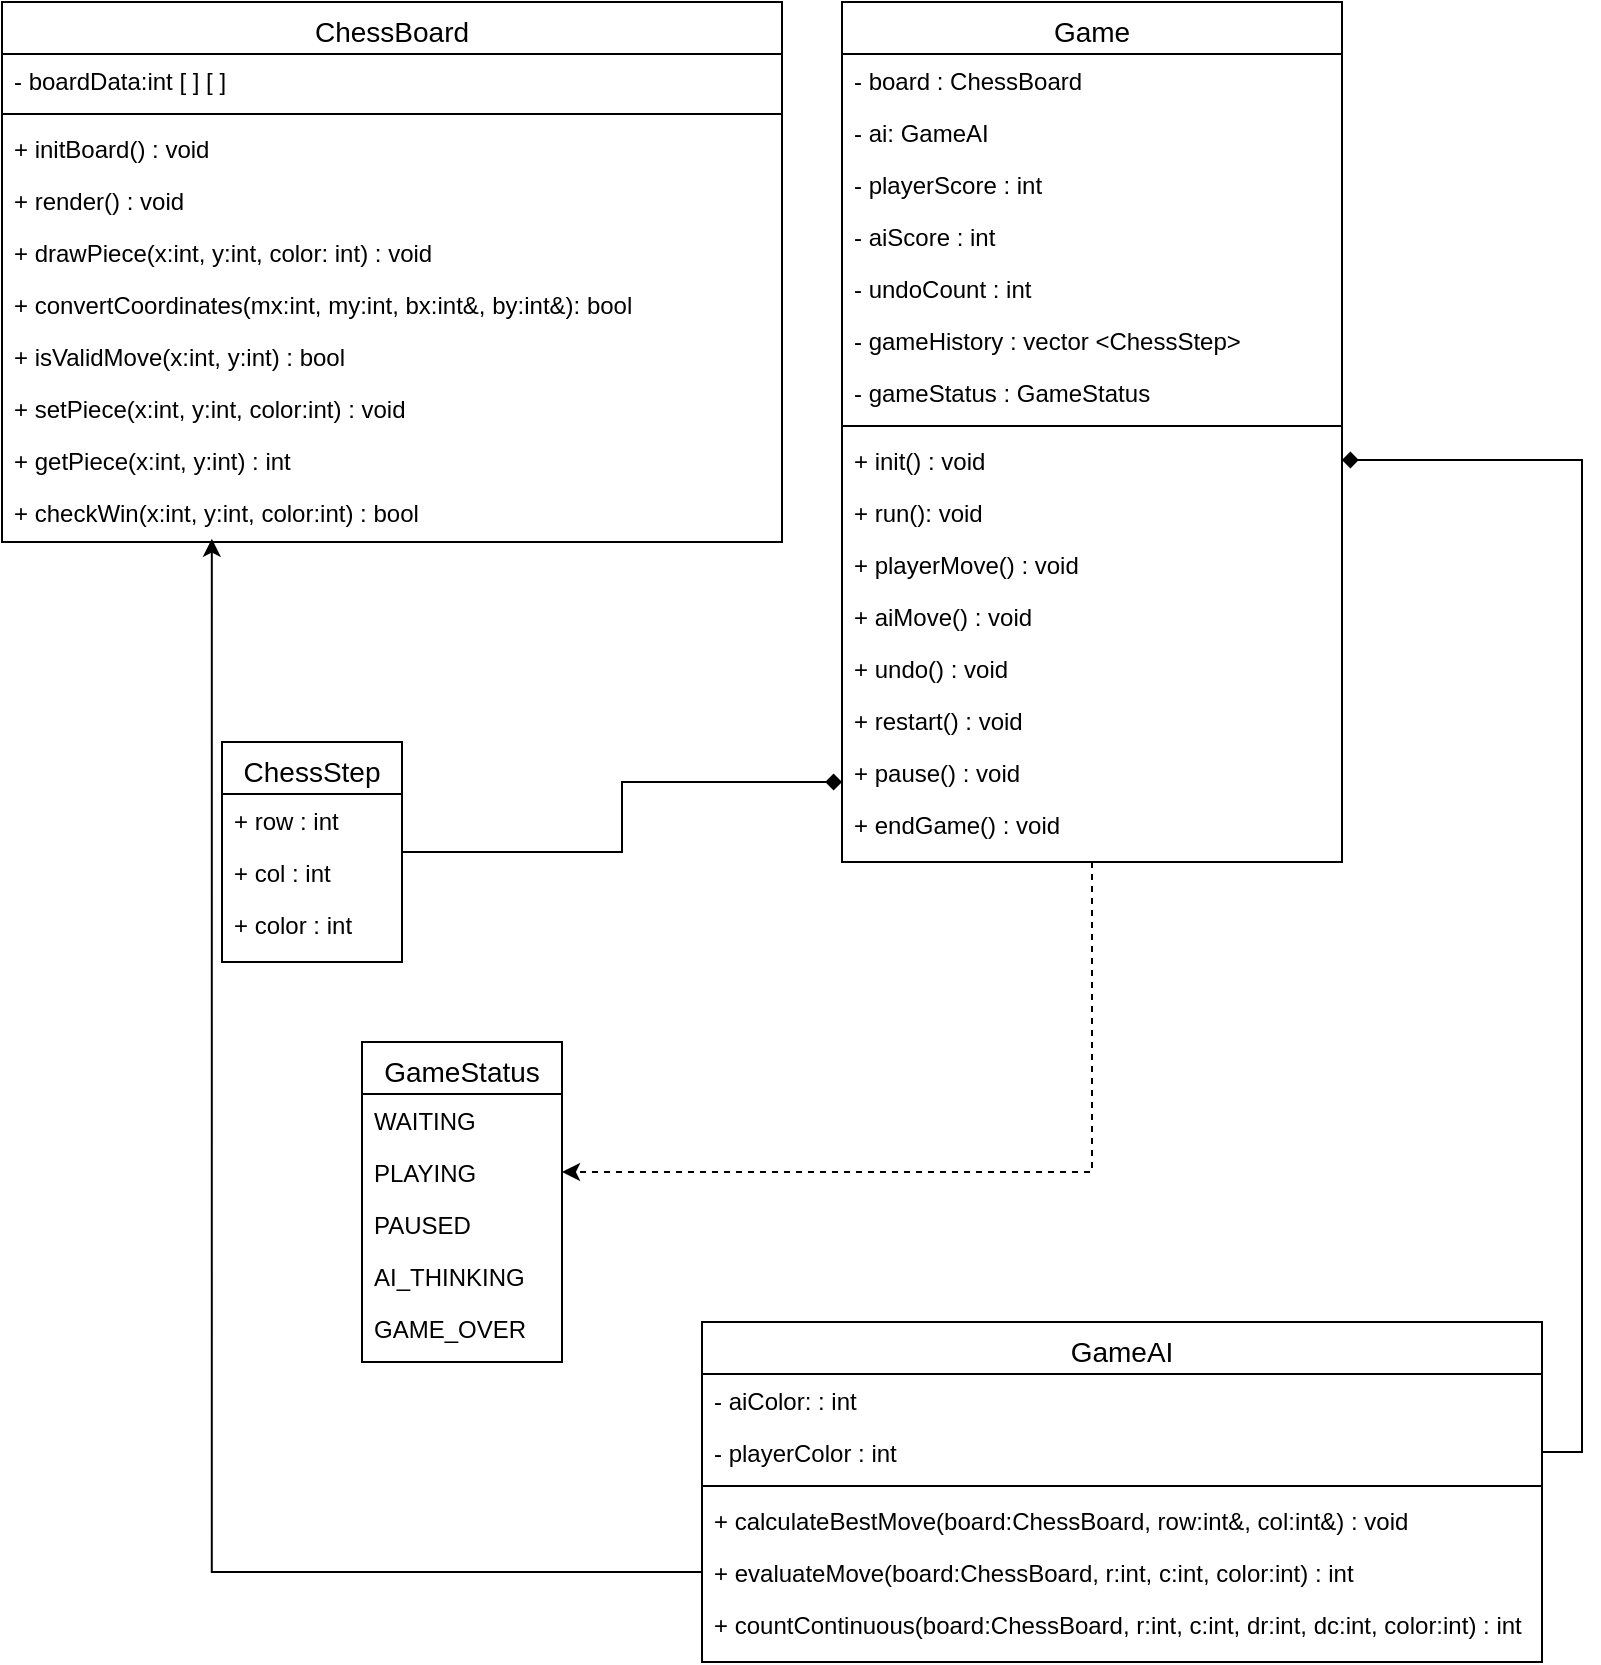
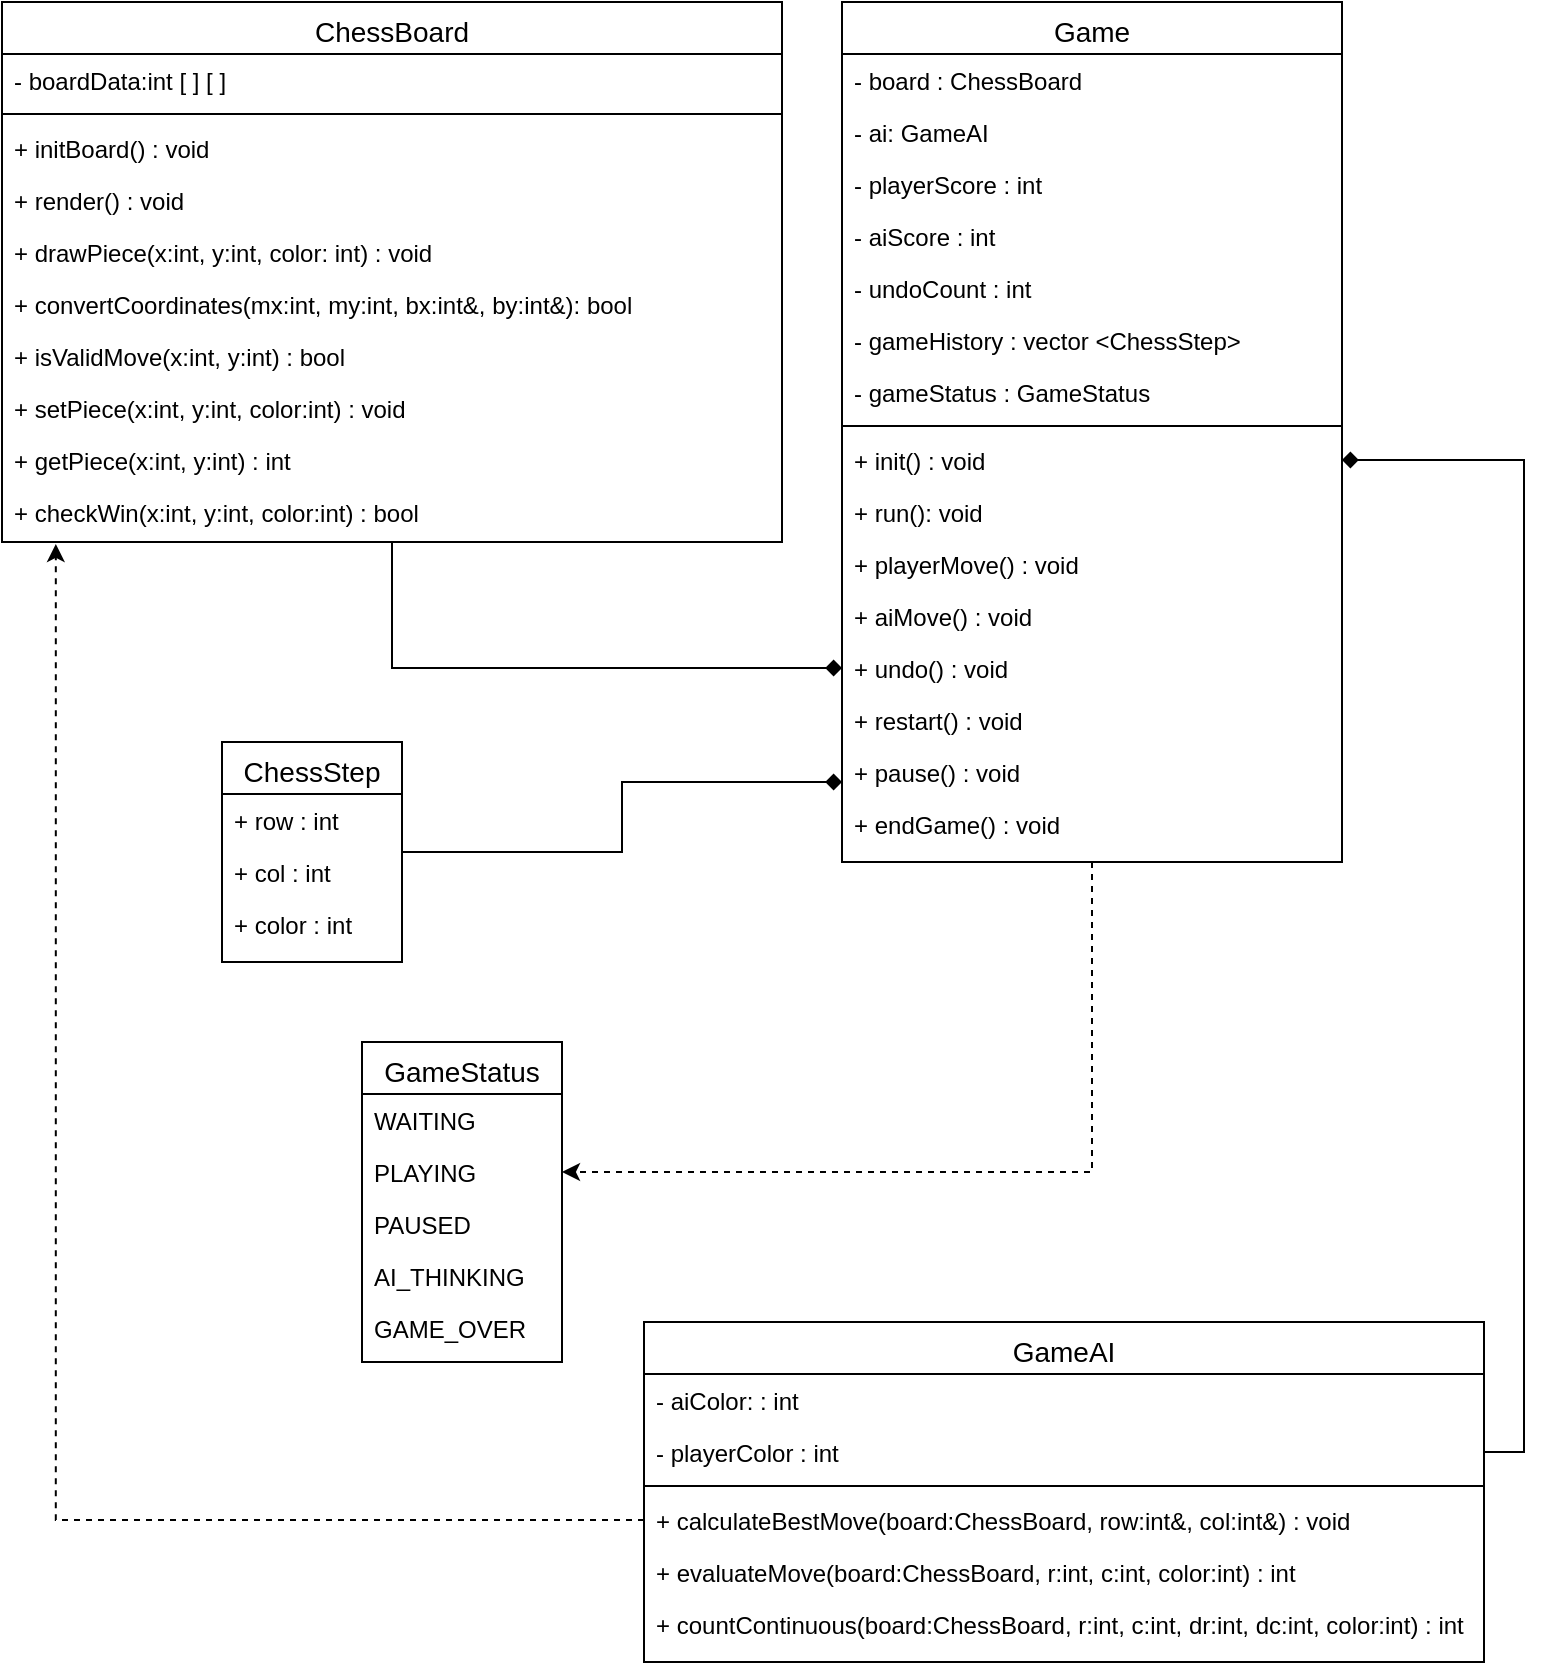
<mxfile host="app.diagrams.net">
  <diagram id="C5RBs43oDa-KdzZeNtuy" name="Page-1">
    <mxGraphModel dx="1201" dy="859" grid="1" gridSize="10" guides="1" tooltips="1" connect="1" arrows="1" fold="1" page="1" pageScale="1" pageWidth="827" pageHeight="1169" math="0" shadow="0">
      <root>
        <mxCell id="WIyWlLk6GJQsqaUBKTNV-0" />
        <mxCell id="WIyWlLk6GJQsqaUBKTNV-1" parent="WIyWlLk6GJQsqaUBKTNV-0" />
+         <mxCell id="HBTNYWOR6v0eBRnPvMGi-75" edge="1" parent="WIyWlLk6GJQsqaUBKTNV-1" source="zkfFHV4jXpPFQw0GAbJ--6" style="edgeStyle=orthogonalEdgeStyle;rounded=0;orthogonalLoop=1;jettySize=auto;html=1;exitX=0.5;exitY=1;exitDx=0;exitDy=0;endArrow=diamond;endFill=1;" target="HBTNYWOR6v0eBRnPvMGi-33">
+           <mxGeometry relative="1" as="geometry" />
+         </mxCell>
        <mxCell id="zkfFHV4jXpPFQw0GAbJ--6" parent="WIyWlLk6GJQsqaUBKTNV-1" style="swimlane;fontStyle=0;align=center;verticalAlign=top;childLayout=stackLayout;horizontal=1;startSize=26;horizontalStack=0;resizeParent=1;resizeLast=0;collapsible=1;marginBottom=0;rounded=0;shadow=0;strokeWidth=1;fontSize=14;" value="ChessBoard" vertex="1">
-           <mxGeometry height="270" width="390" x="20" y="20" as="geometry">
+           <mxGeometry height="270" width="390" x="19" y="160" as="geometry">
            <mxRectangle height="26" width="160" x="130" y="380" as="alternateBounds" />
          </mxGeometry>
        </mxCell>
        <mxCell id="zkfFHV4jXpPFQw0GAbJ--7" parent="zkfFHV4jXpPFQw0GAbJ--6" style="text;align=left;verticalAlign=top;spacingLeft=4;spacingRight=4;overflow=hidden;rotatable=0;points=[[0,0.5],[1,0.5]];portConstraint=eastwest;" value="- boardData:int [ ] [ ]" vertex="1">
          <mxGeometry height="26" width="390" y="26" as="geometry" />
        </mxCell>
        <mxCell id="zkfFHV4jXpPFQw0GAbJ--9" parent="zkfFHV4jXpPFQw0GAbJ--6" style="line;html=1;strokeWidth=1;align=left;verticalAlign=middle;spacingTop=-1;spacingLeft=3;spacingRight=3;rotatable=0;labelPosition=right;points=[];portConstraint=eastwest;" value="" vertex="1">
          <mxGeometry height="8" width="390" y="52" as="geometry" />
        </mxCell>
        <mxCell id="zkfFHV4jXpPFQw0GAbJ--11" parent="zkfFHV4jXpPFQw0GAbJ--6" style="text;align=left;verticalAlign=top;spacingLeft=4;spacingRight=4;overflow=hidden;rotatable=0;points=[[0,0.5],[1,0.5]];portConstraint=eastwest;" value="+ initBoard() : void" vertex="1">
          <mxGeometry height="26" width="390" y="60" as="geometry" />
        </mxCell>
        <mxCell id="HBTNYWOR6v0eBRnPvMGi-2" parent="zkfFHV4jXpPFQw0GAbJ--6" style="text;align=left;verticalAlign=top;spacingLeft=4;spacingRight=4;overflow=hidden;rotatable=0;points=[[0,0.5],[1,0.5]];portConstraint=eastwest;" value="+ render() : void" vertex="1">
          <mxGeometry height="26" width="390" y="86" as="geometry" />
        </mxCell>
        <mxCell id="HBTNYWOR6v0eBRnPvMGi-3" parent="zkfFHV4jXpPFQw0GAbJ--6" style="text;align=left;verticalAlign=top;spacingLeft=4;spacingRight=4;overflow=hidden;rotatable=0;points=[[0,0.5],[1,0.5]];portConstraint=eastwest;" value="+ drawPiece(x:int, y:int, color: int) : void" vertex="1">
          <mxGeometry height="26" width="390" y="112" as="geometry" />
        </mxCell>
        <mxCell id="HBTNYWOR6v0eBRnPvMGi-4" parent="zkfFHV4jXpPFQw0GAbJ--6" style="text;align=left;verticalAlign=top;spacingLeft=4;spacingRight=4;overflow=hidden;rotatable=0;points=[[0,0.5],[1,0.5]];portConstraint=eastwest;" value="+ convertCoordinates(mx:int, my:int, bx:int&amp;, by:int&amp;): bool" vertex="1">
          <mxGeometry height="26" width="390" y="138" as="geometry" />
        </mxCell>
        <mxCell id="HBTNYWOR6v0eBRnPvMGi-5" parent="zkfFHV4jXpPFQw0GAbJ--6" style="text;align=left;verticalAlign=top;spacingLeft=4;spacingRight=4;overflow=hidden;rotatable=0;points=[[0,0.5],[1,0.5]];portConstraint=eastwest;" value="+ isValidMove(x:int, y:int) : bool" vertex="1">
          <mxGeometry height="26" width="390" y="164" as="geometry" />
        </mxCell>
        <mxCell id="HBTNYWOR6v0eBRnPvMGi-6" parent="zkfFHV4jXpPFQw0GAbJ--6" style="text;align=left;verticalAlign=top;spacingLeft=4;spacingRight=4;overflow=hidden;rotatable=0;points=[[0,0.5],[1,0.5]];portConstraint=eastwest;" value="+ setPiece(x:int, y:int, color:int) : void" vertex="1">
          <mxGeometry height="26" width="390" y="190" as="geometry" />
        </mxCell>
        <mxCell id="HBTNYWOR6v0eBRnPvMGi-7" parent="zkfFHV4jXpPFQw0GAbJ--6" style="text;align=left;verticalAlign=top;spacingLeft=4;spacingRight=4;overflow=hidden;rotatable=0;points=[[0,0.5],[1,0.5]];portConstraint=eastwest;" value="+ getPiece(x:int, y:int) : int" vertex="1">
          <mxGeometry height="26" width="390" y="216" as="geometry" />
        </mxCell>
        <mxCell id="HBTNYWOR6v0eBRnPvMGi-8" parent="zkfFHV4jXpPFQw0GAbJ--6" style="text;align=left;verticalAlign=top;spacingLeft=4;spacingRight=4;overflow=hidden;rotatable=0;points=[[0,0.5],[1,0.5]];portConstraint=eastwest;" value="+ checkWin(x:int, y:int, color:int) : bool" vertex="1">
          <mxGeometry height="26" width="390" y="242" as="geometry" />
        </mxCell>
        <mxCell id="HBTNYWOR6v0eBRnPvMGi-73" edge="1" parent="WIyWlLk6GJQsqaUBKTNV-1" source="HBTNYWOR6v0eBRnPvMGi-10" style="edgeStyle=orthogonalEdgeStyle;rounded=0;orthogonalLoop=1;jettySize=auto;html=1;exitX=0.5;exitY=1;exitDx=0;exitDy=0;entryX=1;entryY=0.5;entryDx=0;entryDy=0;dashed=1;endArrow=classic;endFill=1;" target="HBTNYWOR6v0eBRnPvMGi-65">
          <mxGeometry relative="1" as="geometry" />
        </mxCell>
        <mxCell id="HBTNYWOR6v0eBRnPvMGi-10" parent="WIyWlLk6GJQsqaUBKTNV-1" style="swimlane;fontStyle=0;align=center;verticalAlign=top;childLayout=stackLayout;horizontal=1;startSize=26;horizontalStack=0;resizeParent=1;resizeLast=0;collapsible=1;marginBottom=0;rounded=0;shadow=0;strokeWidth=1;fontSize=14;" value="Game" vertex="1">
-           <mxGeometry height="430" width="250" x="440" y="20" as="geometry">
+           <mxGeometry height="430" width="250" x="439" y="160" as="geometry">
            <mxRectangle height="26" width="160" x="130" y="380" as="alternateBounds" />
          </mxGeometry>
        </mxCell>
        <mxCell id="HBTNYWOR6v0eBRnPvMGi-21" parent="HBTNYWOR6v0eBRnPvMGi-10" style="text;align=left;verticalAlign=top;spacingLeft=4;spacingRight=4;overflow=hidden;rotatable=0;points=[[0,0.5],[1,0.5]];portConstraint=eastwest;" value="- board : ChessBoard" vertex="1">
          <mxGeometry height="26" width="250" y="26" as="geometry" />
        </mxCell>
        <mxCell id="HBTNYWOR6v0eBRnPvMGi-22" parent="HBTNYWOR6v0eBRnPvMGi-10" style="text;align=left;verticalAlign=top;spacingLeft=4;spacingRight=4;overflow=hidden;rotatable=0;points=[[0,0.5],[1,0.5]];portConstraint=eastwest;" value="- ai: GameAI" vertex="1">
          <mxGeometry height="26" width="250" y="52" as="geometry" />
        </mxCell>
        <mxCell id="HBTNYWOR6v0eBRnPvMGi-23" parent="HBTNYWOR6v0eBRnPvMGi-10" style="text;align=left;verticalAlign=top;spacingLeft=4;spacingRight=4;overflow=hidden;rotatable=0;points=[[0,0.5],[1,0.5]];portConstraint=eastwest;" value="- playerScore : int" vertex="1">
          <mxGeometry height="26" width="250" y="78" as="geometry" />
        </mxCell>
        <mxCell id="HBTNYWOR6v0eBRnPvMGi-24" parent="HBTNYWOR6v0eBRnPvMGi-10" style="text;align=left;verticalAlign=top;spacingLeft=4;spacingRight=4;overflow=hidden;rotatable=0;points=[[0,0.5],[1,0.5]];portConstraint=eastwest;" value="- aiScore : int" vertex="1">
          <mxGeometry height="26" width="250" y="104" as="geometry" />
        </mxCell>
        <mxCell id="HBTNYWOR6v0eBRnPvMGi-25" parent="HBTNYWOR6v0eBRnPvMGi-10" style="text;align=left;verticalAlign=top;spacingLeft=4;spacingRight=4;overflow=hidden;rotatable=0;points=[[0,0.5],[1,0.5]];portConstraint=eastwest;" value="- undoCount : int" vertex="1">
          <mxGeometry height="26" width="250" y="130" as="geometry" />
        </mxCell>
        <mxCell id="HBTNYWOR6v0eBRnPvMGi-26" parent="HBTNYWOR6v0eBRnPvMGi-10" style="text;align=left;verticalAlign=top;spacingLeft=4;spacingRight=4;overflow=hidden;rotatable=0;points=[[0,0.5],[1,0.5]];portConstraint=eastwest;" value="- gameHistory : vector &lt;ChessStep&gt;" vertex="1">
          <mxGeometry height="26" width="250" y="156" as="geometry" />
        </mxCell>
        <mxCell id="HBTNYWOR6v0eBRnPvMGi-27" parent="HBTNYWOR6v0eBRnPvMGi-10" style="text;align=left;verticalAlign=top;spacingLeft=4;spacingRight=4;overflow=hidden;rotatable=0;points=[[0,0.5],[1,0.5]];portConstraint=eastwest;" value="- gameStatus : GameStatus " vertex="1">
          <mxGeometry height="26" width="250" y="182" as="geometry" />
        </mxCell>
        <mxCell id="HBTNYWOR6v0eBRnPvMGi-28" parent="HBTNYWOR6v0eBRnPvMGi-10" style="line;strokeWidth=1;fillColor=none;align=left;verticalAlign=middle;spacingTop=-1;spacingLeft=3;spacingRight=3;rotatable=0;labelPosition=right;points=[];portConstraint=eastwest;strokeColor=inherit;" value="" vertex="1">
          <mxGeometry height="8" width="250" y="208" as="geometry" />
        </mxCell>
        <mxCell id="HBTNYWOR6v0eBRnPvMGi-29" parent="HBTNYWOR6v0eBRnPvMGi-10" style="text;align=left;verticalAlign=top;spacingLeft=4;spacingRight=4;overflow=hidden;rotatable=0;points=[[0,0.5],[1,0.5]];portConstraint=eastwest;" value="+ init() : void" vertex="1">
          <mxGeometry height="26" width="250" y="216" as="geometry" />
        </mxCell>
        <mxCell id="HBTNYWOR6v0eBRnPvMGi-30" parent="HBTNYWOR6v0eBRnPvMGi-10" style="text;align=left;verticalAlign=top;spacingLeft=4;spacingRight=4;overflow=hidden;rotatable=0;points=[[0,0.5],[1,0.5]];portConstraint=eastwest;" value="+ run(): void" vertex="1">
          <mxGeometry height="26" width="250" y="242" as="geometry" />
        </mxCell>
        <mxCell id="HBTNYWOR6v0eBRnPvMGi-31" parent="HBTNYWOR6v0eBRnPvMGi-10" style="text;align=left;verticalAlign=top;spacingLeft=4;spacingRight=4;overflow=hidden;rotatable=0;points=[[0,0.5],[1,0.5]];portConstraint=eastwest;" value="+ playerMove() : void" vertex="1">
          <mxGeometry height="26" width="250" y="268" as="geometry" />
        </mxCell>
        <mxCell id="HBTNYWOR6v0eBRnPvMGi-32" parent="HBTNYWOR6v0eBRnPvMGi-10" style="text;align=left;verticalAlign=top;spacingLeft=4;spacingRight=4;overflow=hidden;rotatable=0;points=[[0,0.5],[1,0.5]];portConstraint=eastwest;" value="+ aiMove() : void" vertex="1">
          <mxGeometry height="26" width="250" y="294" as="geometry" />
        </mxCell>
        <mxCell id="HBTNYWOR6v0eBRnPvMGi-33" parent="HBTNYWOR6v0eBRnPvMGi-10" style="text;align=left;verticalAlign=top;spacingLeft=4;spacingRight=4;overflow=hidden;rotatable=0;points=[[0,0.5],[1,0.5]];portConstraint=eastwest;" value="+ undo() : void" vertex="1">
          <mxGeometry height="26" width="250" y="320" as="geometry" />
        </mxCell>
        <mxCell id="HBTNYWOR6v0eBRnPvMGi-34" parent="HBTNYWOR6v0eBRnPvMGi-10" style="text;align=left;verticalAlign=top;spacingLeft=4;spacingRight=4;overflow=hidden;rotatable=0;points=[[0,0.5],[1,0.5]];portConstraint=eastwest;" value="+ restart() : void" vertex="1">
          <mxGeometry height="26" width="250" y="346" as="geometry" />
        </mxCell>
        <mxCell id="HBTNYWOR6v0eBRnPvMGi-35" parent="HBTNYWOR6v0eBRnPvMGi-10" style="text;align=left;verticalAlign=top;spacingLeft=4;spacingRight=4;overflow=hidden;rotatable=0;points=[[0,0.5],[1,0.5]];portConstraint=eastwest;" value="+ pause() : void" vertex="1">
          <mxGeometry height="26" width="250" y="372" as="geometry" />
        </mxCell>
        <mxCell id="HBTNYWOR6v0eBRnPvMGi-36" parent="HBTNYWOR6v0eBRnPvMGi-10" style="text;align=left;verticalAlign=top;spacingLeft=4;spacingRight=4;overflow=hidden;rotatable=0;points=[[0,0.5],[1,0.5]];portConstraint=eastwest;" value="+ endGame() : void" vertex="1">
          <mxGeometry height="26" width="250" y="398" as="geometry" />
        </mxCell>
        <mxCell id="HBTNYWOR6v0eBRnPvMGi-37" parent="WIyWlLk6GJQsqaUBKTNV-1" style="swimlane;fontStyle=0;align=center;verticalAlign=top;childLayout=stackLayout;horizontal=1;startSize=26;horizontalStack=0;resizeParent=1;resizeLast=0;collapsible=1;marginBottom=0;rounded=0;shadow=0;strokeWidth=1;fontSize=14;" value="GameAI" vertex="1">
-           <mxGeometry height="170" width="420" x="370" y="680" as="geometry">
+           <mxGeometry height="170" width="420" x="340" y="820" as="geometry">
            <mxRectangle height="26" width="160" x="130" y="380" as="alternateBounds" />
          </mxGeometry>
        </mxCell>
        <mxCell id="HBTNYWOR6v0eBRnPvMGi-38" parent="HBTNYWOR6v0eBRnPvMGi-37" style="text;align=left;verticalAlign=top;spacingLeft=4;spacingRight=4;overflow=hidden;rotatable=0;points=[[0,0.5],[1,0.5]];portConstraint=eastwest;" value="- aiColor: : int" vertex="1">
          <mxGeometry height="26" width="420" y="26" as="geometry" />
        </mxCell>
        <mxCell id="HBTNYWOR6v0eBRnPvMGi-39" parent="HBTNYWOR6v0eBRnPvMGi-37" style="text;align=left;verticalAlign=top;spacingLeft=4;spacingRight=4;overflow=hidden;rotatable=0;points=[[0,0.5],[1,0.5]];portConstraint=eastwest;" value="- playerColor : int" vertex="1">
          <mxGeometry height="26" width="420" y="52" as="geometry" />
        </mxCell>
        <mxCell id="HBTNYWOR6v0eBRnPvMGi-45" parent="HBTNYWOR6v0eBRnPvMGi-37" style="line;strokeWidth=1;fillColor=none;align=left;verticalAlign=middle;spacingTop=-1;spacingLeft=3;spacingRight=3;rotatable=0;labelPosition=right;points=[];portConstraint=eastwest;strokeColor=inherit;" value="" vertex="1">
          <mxGeometry height="8" width="420" y="78" as="geometry" />
        </mxCell>
        <mxCell id="HBTNYWOR6v0eBRnPvMGi-47" parent="HBTNYWOR6v0eBRnPvMGi-37" style="text;align=left;verticalAlign=top;spacingLeft=4;spacingRight=4;overflow=hidden;rotatable=0;points=[[0,0.5],[1,0.5]];portConstraint=eastwest;" value="+ calculateBestMove(board:ChessBoard, row:int&amp;, col:int&amp;) : void" vertex="1">
          <mxGeometry height="26" width="420" y="86" as="geometry" />
        </mxCell>
        <mxCell id="HBTNYWOR6v0eBRnPvMGi-48" parent="HBTNYWOR6v0eBRnPvMGi-37" style="text;align=left;verticalAlign=top;spacingLeft=4;spacingRight=4;overflow=hidden;rotatable=0;points=[[0,0.5],[1,0.5]];portConstraint=eastwest;" value="+ evaluateMove(board:ChessBoard, r:int, c:int, color:int) : int" vertex="1">
          <mxGeometry height="26" width="420" y="112" as="geometry" />
        </mxCell>
        <mxCell id="HBTNYWOR6v0eBRnPvMGi-54" parent="HBTNYWOR6v0eBRnPvMGi-37" style="text;align=left;verticalAlign=top;spacingLeft=4;spacingRight=4;overflow=hidden;rotatable=0;points=[[0,0.5],[1,0.5]];portConstraint=eastwest;" value="+ countContinuous(board:ChessBoard, r:int, c:int, dr:int, dc:int, color:int) : int" vertex="1">
          <mxGeometry height="26" width="420" y="138" as="geometry" />
        </mxCell>
        <mxCell id="HBTNYWOR6v0eBRnPvMGi-55" parent="WIyWlLk6GJQsqaUBKTNV-1" style="swimlane;fontStyle=0;align=center;verticalAlign=top;childLayout=stackLayout;horizontal=1;startSize=26;horizontalStack=0;resizeParent=1;resizeLast=0;collapsible=1;marginBottom=0;rounded=0;shadow=0;strokeWidth=1;fontSize=14;" value="ChessStep" vertex="1">
-           <mxGeometry height="110" width="90" x="130" y="390" as="geometry">
+           <mxGeometry height="110" width="90" x="129" y="530" as="geometry">
            <mxRectangle height="26" width="160" x="130" y="380" as="alternateBounds" />
          </mxGeometry>
        </mxCell>
        <mxCell id="HBTNYWOR6v0eBRnPvMGi-56" parent="HBTNYWOR6v0eBRnPvMGi-55" style="text;align=left;verticalAlign=top;spacingLeft=4;spacingRight=4;overflow=hidden;rotatable=0;points=[[0,0.5],[1,0.5]];portConstraint=eastwest;" value="+ row : int" vertex="1">
          <mxGeometry height="26" width="90" y="26" as="geometry" />
        </mxCell>
        <mxCell id="HBTNYWOR6v0eBRnPvMGi-57" parent="HBTNYWOR6v0eBRnPvMGi-55" style="text;align=left;verticalAlign=top;spacingLeft=4;spacingRight=4;overflow=hidden;rotatable=0;points=[[0,0.5],[1,0.5]];portConstraint=eastwest;" value="+ col : int" vertex="1">
          <mxGeometry height="26" width="90" y="52" as="geometry" />
        </mxCell>
        <mxCell id="HBTNYWOR6v0eBRnPvMGi-62" parent="HBTNYWOR6v0eBRnPvMGi-55" style="text;align=left;verticalAlign=top;spacingLeft=4;spacingRight=4;overflow=hidden;rotatable=0;points=[[0,0.5],[1,0.5]];portConstraint=eastwest;" value="+ color : int" vertex="1">
          <mxGeometry height="26" width="90" y="78" as="geometry" />
        </mxCell>
        <mxCell id="HBTNYWOR6v0eBRnPvMGi-63" parent="WIyWlLk6GJQsqaUBKTNV-1" style="swimlane;fontStyle=0;align=center;verticalAlign=top;childLayout=stackLayout;horizontal=1;startSize=26;horizontalStack=0;resizeParent=1;resizeLast=0;collapsible=1;marginBottom=0;rounded=0;shadow=0;strokeWidth=1;fontSize=14;" value="GameStatus" vertex="1">
-           <mxGeometry height="160" width="100" x="200" y="540" as="geometry">
+           <mxGeometry height="160" width="100" x="199" y="680" as="geometry">
            <mxRectangle height="26" width="160" x="130" y="380" as="alternateBounds" />
          </mxGeometry>
        </mxCell>
        <mxCell id="HBTNYWOR6v0eBRnPvMGi-64" parent="HBTNYWOR6v0eBRnPvMGi-63" style="text;align=left;verticalAlign=top;spacingLeft=4;spacingRight=4;overflow=hidden;rotatable=0;points=[[0,0.5],[1,0.5]];portConstraint=eastwest;" value="WAITING" vertex="1">
          <mxGeometry height="26" width="100" y="26" as="geometry" />
        </mxCell>
        <mxCell id="HBTNYWOR6v0eBRnPvMGi-65" parent="HBTNYWOR6v0eBRnPvMGi-63" style="text;align=left;verticalAlign=top;spacingLeft=4;spacingRight=4;overflow=hidden;rotatable=0;points=[[0,0.5],[1,0.5]];portConstraint=eastwest;" value="PLAYING" vertex="1">
          <mxGeometry height="26" width="100" y="52" as="geometry" />
        </mxCell>
        <mxCell id="HBTNYWOR6v0eBRnPvMGi-66" parent="HBTNYWOR6v0eBRnPvMGi-63" style="text;align=left;verticalAlign=top;spacingLeft=4;spacingRight=4;overflow=hidden;rotatable=0;points=[[0,0.5],[1,0.5]];portConstraint=eastwest;" value="PAUSED" vertex="1">
          <mxGeometry height="26" width="100" y="78" as="geometry" />
        </mxCell>
        <mxCell id="HBTNYWOR6v0eBRnPvMGi-67" parent="HBTNYWOR6v0eBRnPvMGi-63" style="text;align=left;verticalAlign=top;spacingLeft=4;spacingRight=4;overflow=hidden;rotatable=0;points=[[0,0.5],[1,0.5]];portConstraint=eastwest;" value="AI_THINKING" vertex="1">
          <mxGeometry height="26" width="100" y="104" as="geometry" />
        </mxCell>
        <mxCell id="HBTNYWOR6v0eBRnPvMGi-68" parent="HBTNYWOR6v0eBRnPvMGi-63" style="text;align=left;verticalAlign=top;spacingLeft=4;spacingRight=4;overflow=hidden;rotatable=0;points=[[0,0.5],[1,0.5]];portConstraint=eastwest;" value="GAME_OVER" vertex="1">
          <mxGeometry height="26" width="100" y="130" as="geometry" />
        </mxCell>
        <mxCell id="HBTNYWOR6v0eBRnPvMGi-71" edge="1" parent="WIyWlLk6GJQsqaUBKTNV-1" source="HBTNYWOR6v0eBRnPvMGi-39" style="edgeStyle=orthogonalEdgeStyle;rounded=0;orthogonalLoop=1;jettySize=auto;html=1;exitX=1;exitY=0.5;exitDx=0;exitDy=0;entryX=1;entryY=0.5;entryDx=0;entryDy=0;endArrow=diamond;endFill=1;" target="HBTNYWOR6v0eBRnPvMGi-29">
          <mxGeometry relative="1" as="geometry" />
        </mxCell>
        <mxCell id="HBTNYWOR6v0eBRnPvMGi-72" edge="1" parent="WIyWlLk6GJQsqaUBKTNV-1" source="HBTNYWOR6v0eBRnPvMGi-55" style="edgeStyle=orthogonalEdgeStyle;rounded=0;orthogonalLoop=1;jettySize=auto;html=1;exitX=1;exitY=0.5;exitDx=0;exitDy=0;entryX=0;entryY=-0.308;entryDx=0;entryDy=0;entryPerimeter=0;endArrow=diamond;endFill=1;" target="HBTNYWOR6v0eBRnPvMGi-36">
          <mxGeometry relative="1" as="geometry" />
        </mxCell>
-         <mxCell id="HBTNYWOR6v0eBRnPvMGi-74" edge="1" parent="WIyWlLk6GJQsqaUBKTNV-1" source="HBTNYWOR6v0eBRnPvMGi-48" style="edgeStyle=orthogonalEdgeStyle;rounded=0;orthogonalLoop=1;jettySize=auto;html=1;exitX=0;exitY=0.5;exitDx=0;exitDy=0;entryX=0.269;entryY=1.013;entryDx=0;entryDy=0;entryPerimeter=0;" target="HBTNYWOR6v0eBRnPvMGi-8">
-           <mxGeometry relative="1" as="geometry" />
+         <mxCell id="HBTNYWOR6v0eBRnPvMGi-77" edge="1" parent="WIyWlLk6GJQsqaUBKTNV-1" source="HBTNYWOR6v0eBRnPvMGi-47" style="edgeStyle=orthogonalEdgeStyle;rounded=0;orthogonalLoop=1;jettySize=auto;html=1;exitX=0;exitY=0.5;exitDx=0;exitDy=0;entryX=0.069;entryY=1.115;entryDx=0;entryDy=0;entryPerimeter=0;dashed=1;" target="HBTNYWOR6v0eBRnPvMGi-8">
+           <mxGeometry relative="1" as="geometry">
+             <Array as="points">
+               <mxPoint x="46" y="919" />
+             </Array>
+           </mxGeometry>
        </mxCell>
      </root>
    </mxGraphModel>
  </diagram>
</mxfile>
